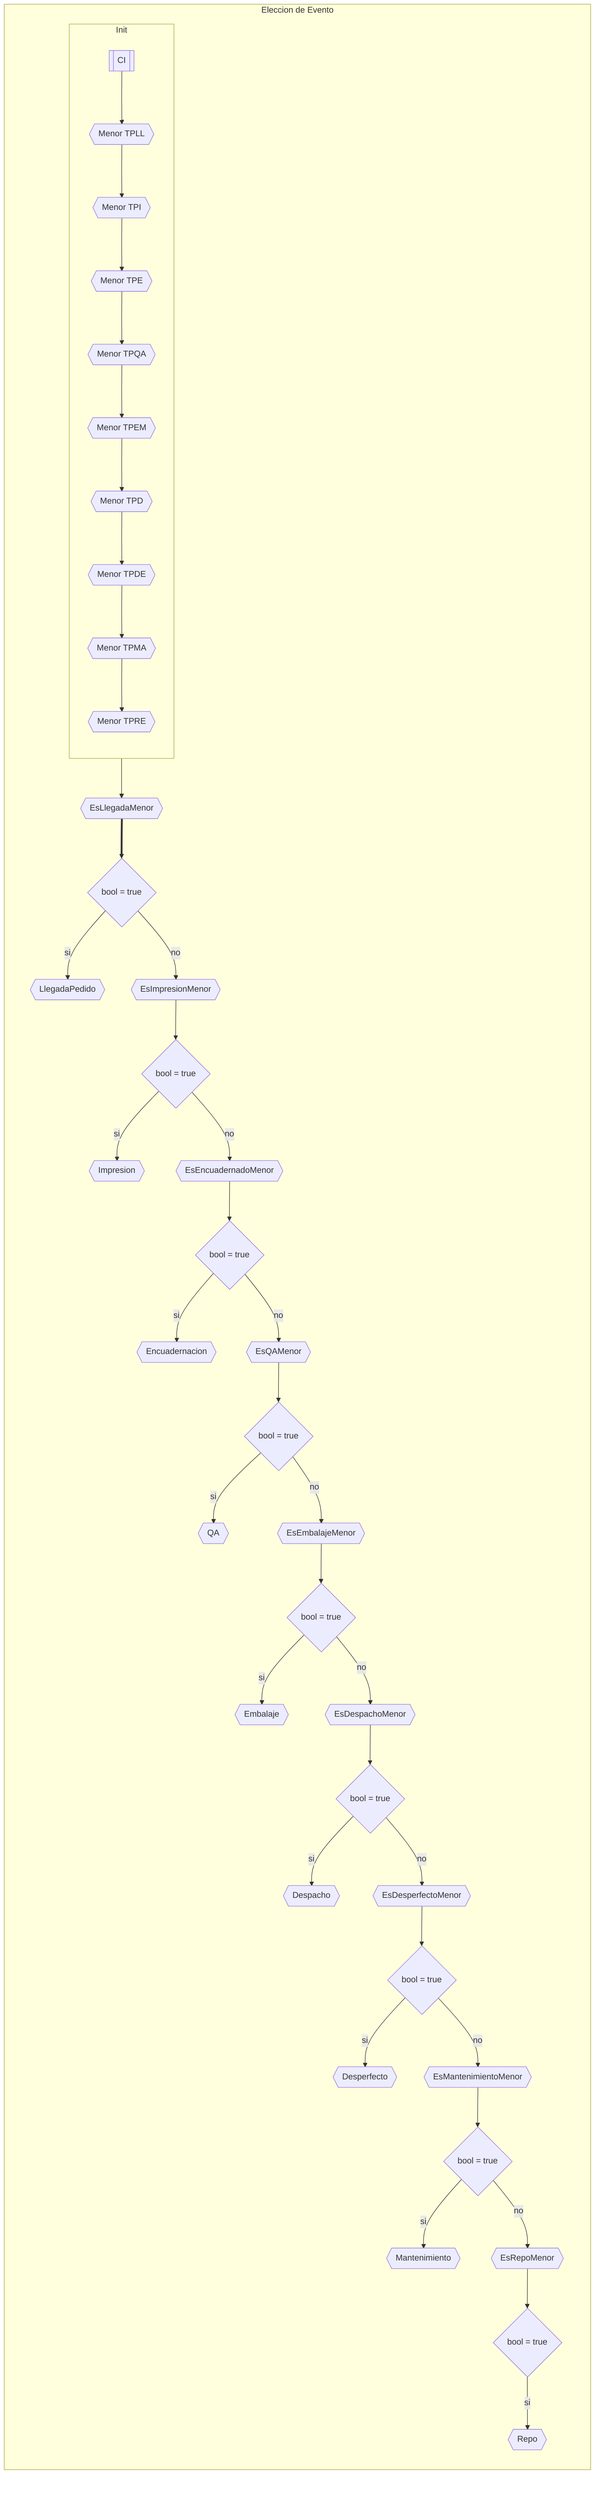
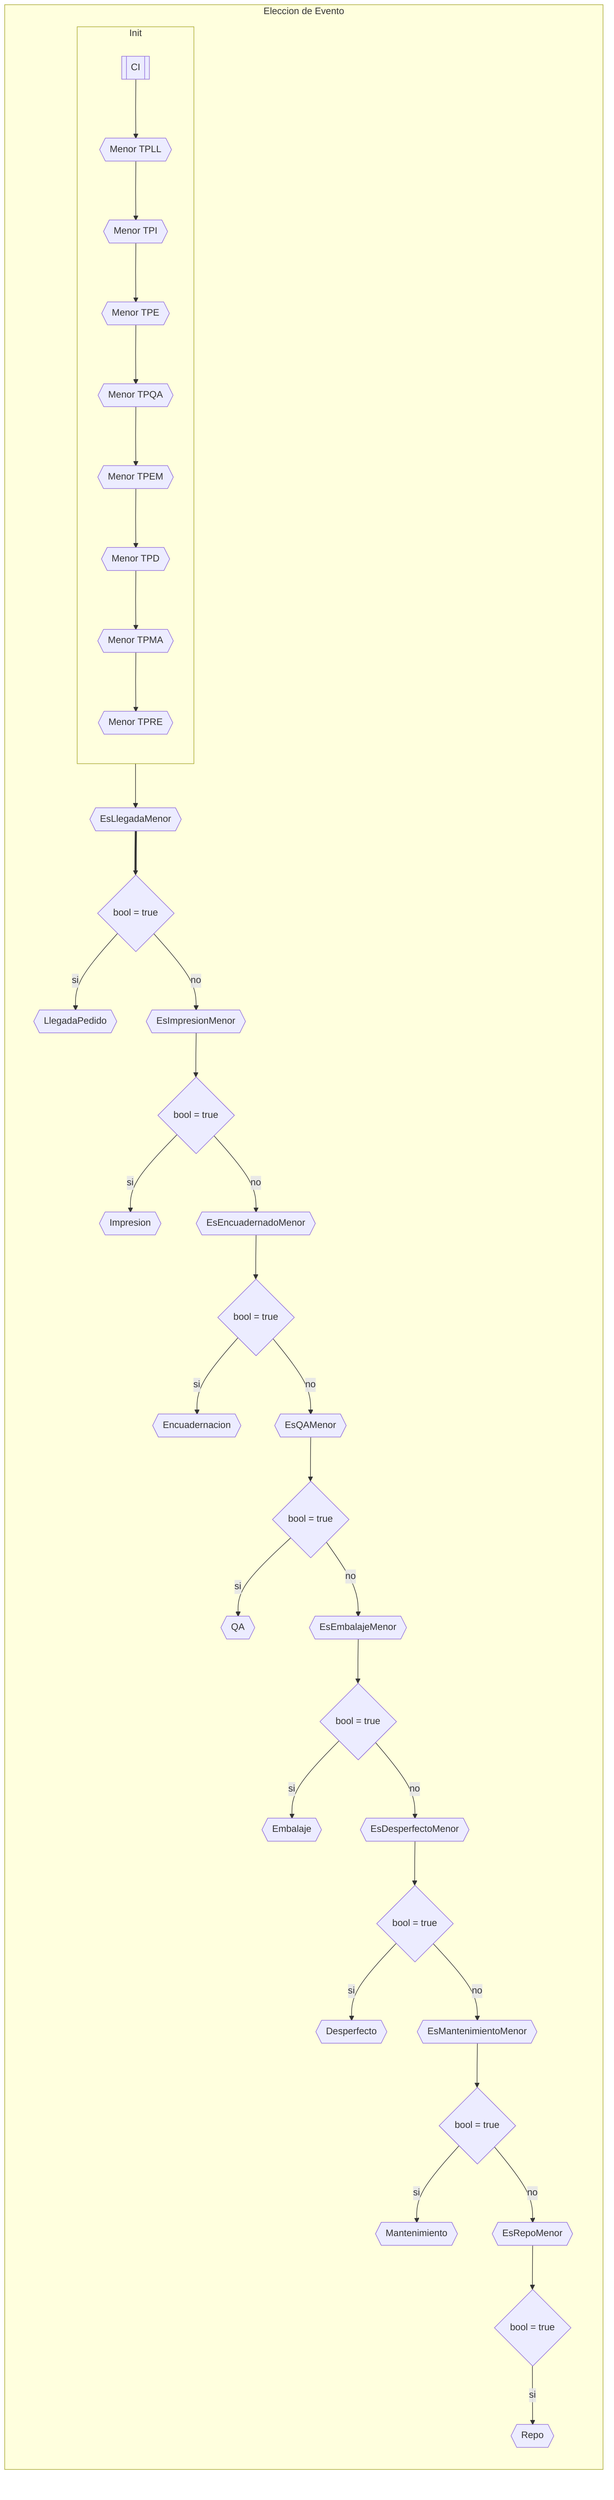
flowchart TD
    subgraph Init
    direction TD
    CI[[CI]]
-     CI[[CI]] --> LlegaLote{{Menor TPLL}} --> Impresion{{Menor TPI}} --> Encuadernacion{{Menor TPE}} --> QA{{Menor TPQA}} --> Embalaje{{Menor TPEM}} --> Despacho{{Menor TPD}} --> Desperfecto{{Menor TPDE}} --> Mantenimiento{{Menor TPMA}} --> Repo{{Menor TPRE}}
+     CI[[CI]] --> LlegaLote{{Menor TPLL}} --> Impresion{{Menor TPI}} --> Encuadernacion{{Menor TPE}} --> QA{{Menor TPQA}} --> Embalaje{{Menor TPEM}} --> Desperfecto{{Menor TPD}} --> Mantenimiento{{Menor TPMA}} --> Repo{{Menor TPRE}}
    end

    subgraph Eleccion de Evento
    direction TD
    Init{{Init}} --> MenorLlegada{{EsLlegadaMenor}}
    MenorLlegada ==> if{bool = true}
    if --> |si| Llegada{{LlegadaPedido}}
    if --> |no| EsImpresionMenor{{EsImpresionMenor}}
    EsImpresionMenor --> if2{bool = true}
    if2 --> |si| Impresion2{{Impresion}}
    if2 --> |no| EsEncuadernadoMenor{{EsEncuadernadoMenor}}
    EsEncuadernadoMenor --> if3{bool = true}
    if3 --> |si| Encuadernacion2{{Encuadernacion}}
    if3 --> |no| EsQAMenor{{EsQAMenor}}
    EsQAMenor --> if4{bool = true}
    if4 --> |si| QA2{{QA}}
    if4 --> |no| EsEmbalajeMenor{{EsEmbalajeMenor}}
    EsEmbalajeMenor --> if5{bool = true}
    if5 --> |si| Embalaje2{{Embalaje}}
-     if5 --> |no| EsDespachoMenor{{EsDespachoMenor}}
-     EsDespachoMenor --> if6{bool = true}
-     if6 --> |si| Despacho2{{Despacho}}
-     if6 --> |no| EsDesperfectoMenor{{EsDesperfectoMenor}}
+     if5 --> |no| EsDesperfectoMenor{{EsDesperfectoMenor}}
    EsDesperfectoMenor --> if7{bool = true}
    if7 --> |si| Desperfecto2{{Desperfecto}}
    if7 --> |no| EsMantenimientoMenor{{EsMantenimientoMenor}}
    EsMantenimientoMenor --> if8{bool = true}
    if8 --> |si| Mantenimiento2{{Mantenimiento}}
    if8 --> |no| EsRepoMenor{{EsRepoMenor}}
    EsRepoMenor --> if9{bool = true}
    if9 --> |si| Repo2{{Repo}}
    end
